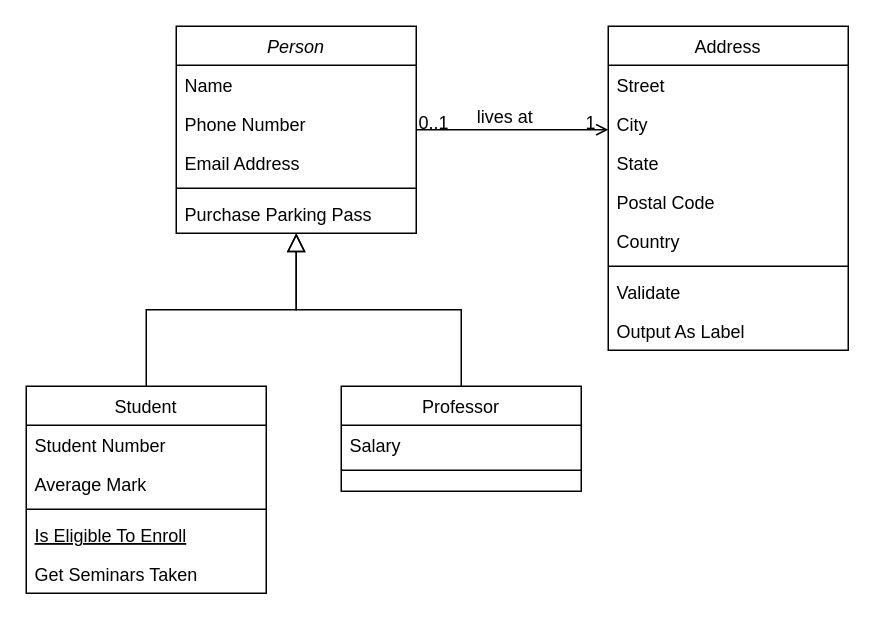
Before: 类图.drawio in lvxingzhe32/IDLE-Game, a draw.io diagram. Source tidied: cells renumbered, new cells numbered last; positions are measured from the earlier drawing's top-left corner, leaving out a move shared by most shapes. Both pictures are drawn from the tidied source at 150%, with x=0, y=0 at pixel (26, 26).
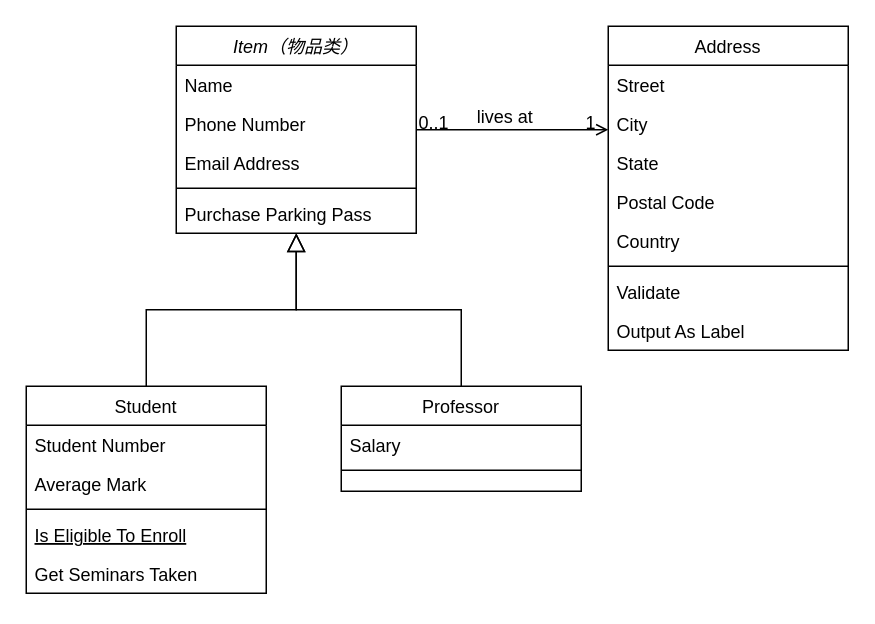
After the change.

What changed in the source:
```diff
@@
-    <mxCell id="2" value="Person" style="swimlane;fontStyle=2;align=center;verticalAlign=top;horizontal=1;startSize=26;rounded=0;shadow=0;strokeWidth=1;" parent="1" vertex="1">
+    <mxCell id="2" value="Item（物品类）" style="swimlane;fontStyle=2;align=center;verticalAlign=top;horizontal=1;startSize=26;rounded=0;shadow=0;strokeWidth=1;" parent="1" vertex="1">
       <mxGeometry x="100" width="160" height="138" as="geometry" />
     </mxCell>
```
